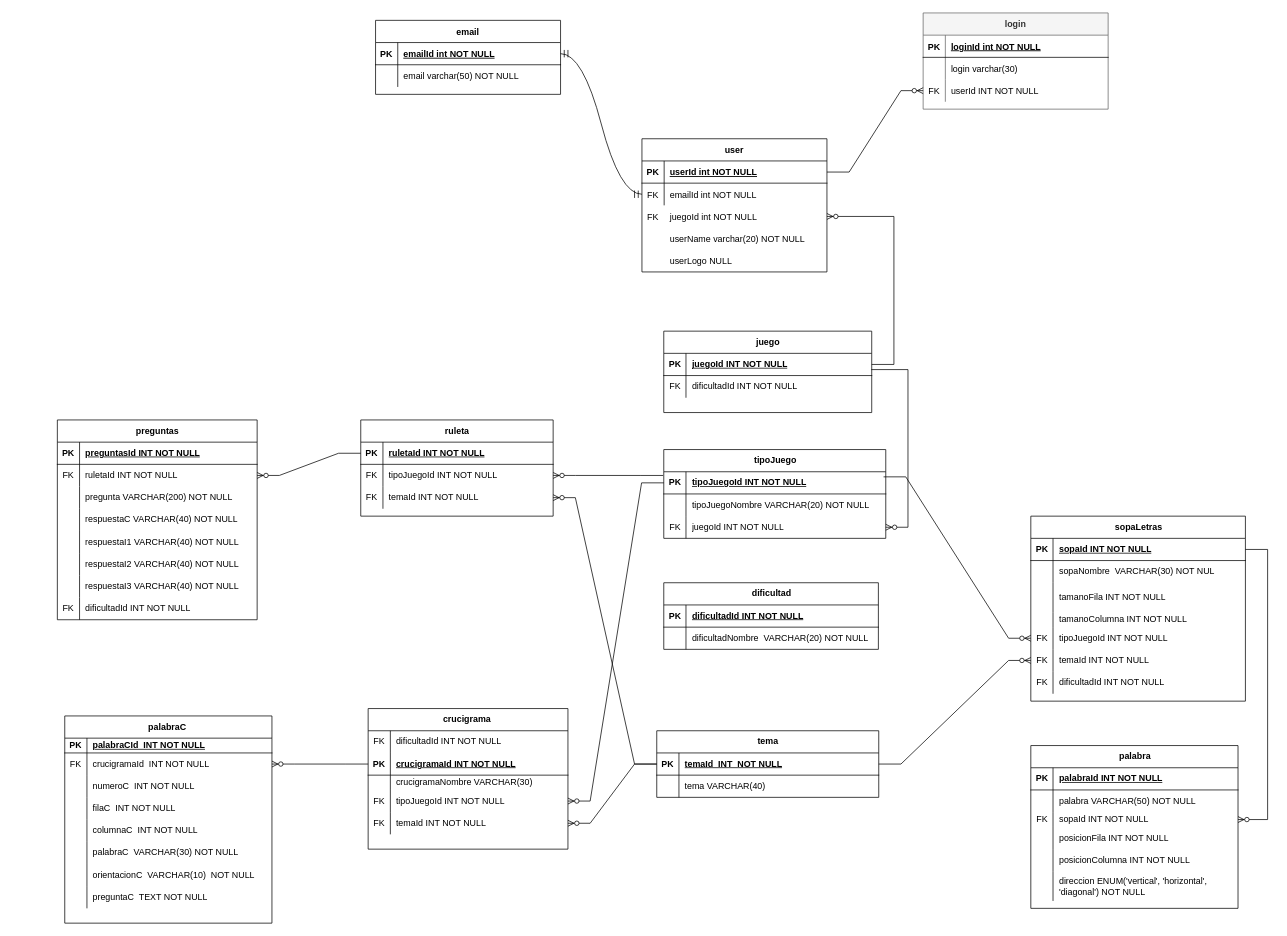
Earlier version of the draw.io diagram img/Diagrama sin título.drawio (MasacradorM/juegoConjuntos). Source tidied: cells renumbered, new cells numbered last; positions are measured from the earlier drawing's top-left corner, leaving out a move shared by most shapes. Both pictures are drawn from the tidied source at 74%, with x=0, y=0 at pixel (57, 13).
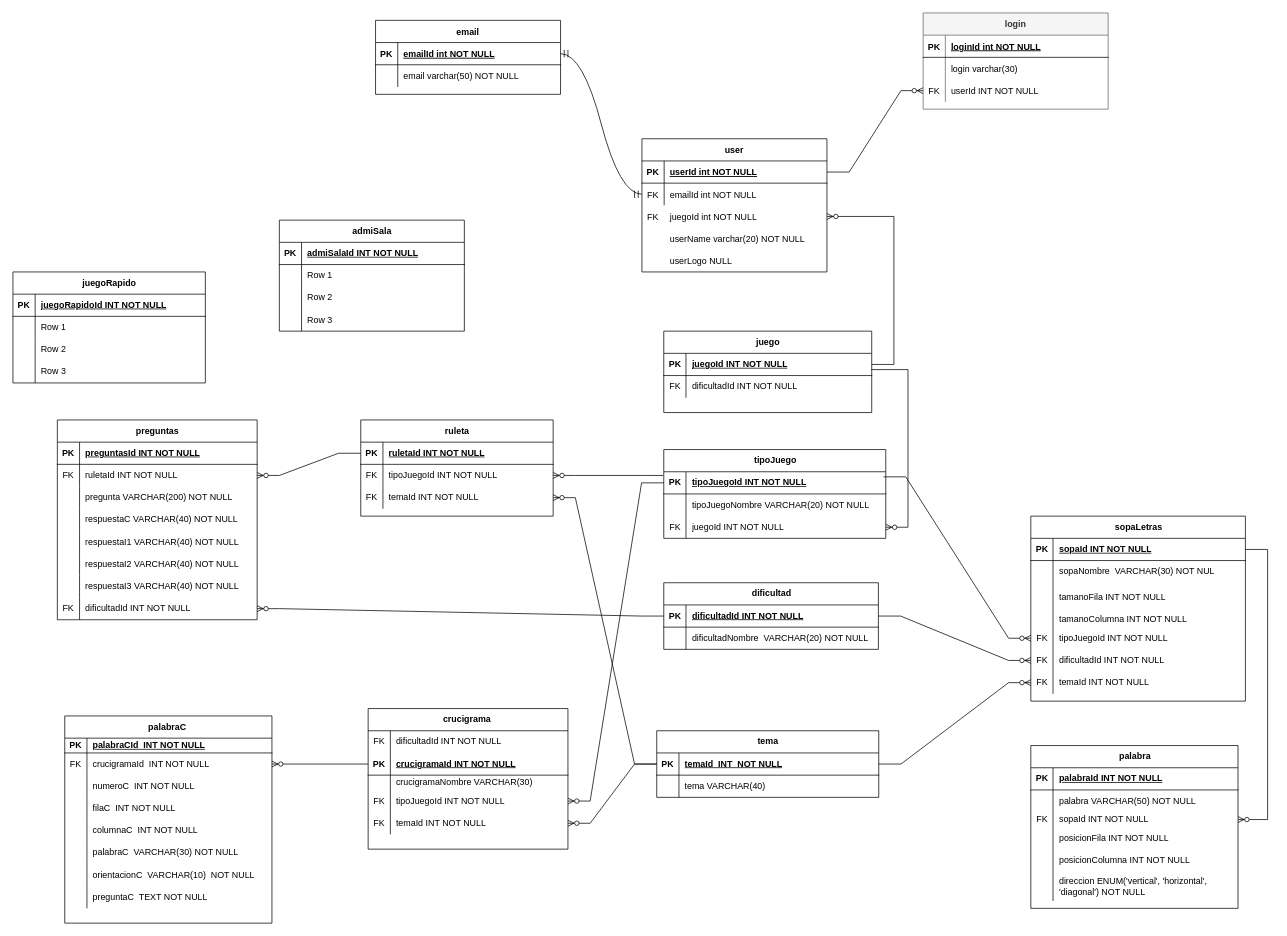
The same page after the edit.

Unchanged cells that the change refers to:
```xml
<mxCell id="65" value="sopaLetras" style="shape=table;startSize=30;childLayout=tableLayout;rowLines=0;fontStyle=1;align=center;html=1;" parent="1" vertex="1">
  <mxGeometry x="1315.5" y="680" width="290" height="250" as="geometry" />
</mxCell>
<mxCell id="179" style="shape=tableRow;horizontal=0;startSize=0;swimlaneHead=0;swimlaneBody=0;fillColor=none;points=[[0,0.5],[1,0.5]];portConstraint=eastwest;top=0;left=0;right=0;bottom=0;" parent="157" vertex="1">
  <mxGeometry y="240" width="270" height="30" as="geometry" />
</mxCell>
<mxCell id="186" style="shape=tableRow;horizontal=0;startSize=0;swimlaneHead=0;swimlaneBody=0;fillColor=none;points=[[0,0.5],[1,0.5]];portConstraint=eastwest;top=0;left=0;right=0;bottom=1;" parent="185" vertex="1">
  <mxGeometry y="30" width="290" height="30" as="geometry" />
</mxCell>
```

The edit, as a diff of the source:
```diff
@@
+    <mxCell id="84" style="shape=tableRow;horizontal=0;startSize=0;swimlaneHead=0;swimlaneBody=0;fillColor=none;points=[[0,0.5],[1,0.5]];portConstraint=eastwest;top=0;left=0;right=0;bottom=0;" parent="65" vertex="1">
+      <mxGeometry y="180" width="290" height="30" as="geometry" />
+    </mxCell>
+    <mxCell id="85" value="FK" style="shape=partialRectangle;fillColor=none;top=0;left=0;bottom=0;right=0;overflow=hidden;whiteSpace=wrap;html=1;" parent="84" vertex="1">
+      <mxGeometry width="30" height="30" as="geometry" />
+    </mxCell>
+    <mxCell id="86" value="dificultadId INT NOT NULL" style="shape=partialRectangle;fillColor=none;top=0;left=0;bottom=0;right=0;align=left;spacingLeft=6;overflow=hidden;whiteSpace=wrap;html=1;" parent="84" vertex="1">
+      <mxGeometry x="30" width="260" height="30" as="geometry" />
+    </mxCell>
     <mxCell id="81" style="shape=tableRow;horizontal=0;startSize=0;swimlaneHead=0;swimlaneBody=0;fillColor=none;points=[[0,0.5],[1,0.5]];portConstraint=eastwest;top=0;left=0;right=0;bottom=0;" parent="65" vertex="1">
-      <mxGeometry y="180" width="290" height="30" as="geometry" />
+      <mxGeometry y="210" width="290" height="30" as="geometry" />
     </mxCell>
@@
-    <mxCell id="84" style="shape=tableRow;horizontal=0;startSize=0;swimlaneHead=0;swimlaneBody=0;fillColor=none;points=[[0,0.5],[1,0.5]];portConstraint=eastwest;top=0;left=0;right=0;bottom=0;" parent="65" vertex="1">
-      <mxGeometry y="210" width="290" height="30" as="geometry" />
-    </mxCell>
-    <mxCell id="85" value="FK" style="shape=partialRectangle;fillColor=none;top=0;left=0;bottom=0;right=0;overflow=hidden;whiteSpace=wrap;html=1;" parent="84" vertex="1">
-      <mxGeometry width="30" height="30" as="geometry" />
-    </mxCell>
-    <mxCell id="86" value="dificultadId INT NOT NULL" style="shape=partialRectangle;fillColor=none;top=0;left=0;bottom=0;right=0;align=left;spacingLeft=6;overflow=hidden;whiteSpace=wrap;html=1;" parent="84" vertex="1">
-      <mxGeometry x="30" width="260" height="30" as="geometry" />
-    </mxCell>
@@
+    <mxCell id="192" style="edgeStyle=entityRelationEdgeStyle;fontSize=12;html=1;endArrow=ERzeroToMany;endFill=1;rounded=0;exitX=1;exitY=0.5;exitDx=0;exitDy=0;" parent="1" edge="1" source="186" target="84">
+      <mxGeometry relative="1" as="geometry">
+        <Array as="points">
+          <mxPoint x="1140" y="815" />
+        </Array>
+      </mxGeometry>
+    </mxCell>
+    <mxCell id="193" style="edgeStyle=entityRelationEdgeStyle;fontSize=12;html=1;endArrow=ERzeroToMany;endFill=1;rounded=0;entryX=1;entryY=0.5;entryDx=0;entryDy=0;exitX=0;exitY=0.5;exitDx=0;exitDy=0;" parent="1" edge="1" source="186" target="179">
+      <mxGeometry relative="1" as="geometry" />
+    </mxCell>
+    <mxCell id="194" value="juegoRapido" style="shape=table;startSize=30;childLayout=tableLayout;rowLines=0;fontStyle=1;align=center;html=1;" parent="1" vertex="1">
+      <mxGeometry x="-60" y="350" width="260" height="150" as="geometry" />
+    </mxCell>
+    <mxCell id="195" style="shape=tableRow;horizontal=0;startSize=0;swimlaneHead=0;swimlaneBody=0;fillColor=none;top=0;left=0;right=0;bottom=1;" parent="194" vertex="1">
+      <mxGeometry y="30" width="260" height="30" as="geometry" />
+    </mxCell>
+    <mxCell id="196" value="PK" style="shape=partialRectangle;fillColor=none;top=0;left=0;bottom=0;right=0;fontStyle=1;overflow=hidden;whiteSpace=wrap;html=1;" parent="195" vertex="1">
+      <mxGeometry width="30" height="30" as="geometry" />
+    </mxCell>
+    <mxCell id="197" value="juegoRapidoId INT NOT NULL" style="shape=partialRectangle;fillColor=none;top=0;left=0;bottom=0;right=0;align=left;spacingLeft=6;fontStyle=5;overflow=hidden;whiteSpace=wrap;html=1;" parent="195" vertex="1">
+      <mxGeometry x="30" width="230" height="30" as="geometry" />
+    </mxCell>
+    <mxCell id="198" style="shape=tableRow;horizontal=0;startSize=0;swimlaneHead=0;swimlaneBody=0;fillColor=none;top=0;left=0;right=0;bottom=0;" parent="194" vertex="1">
+      <mxGeometry y="60" width="260" height="30" as="geometry" />
+    </mxCell>
+    <mxCell id="199" style="shape=partialRectangle;fillColor=none;top=0;left=0;bottom=0;right=0;overflow=hidden;whiteSpace=wrap;html=1;" parent="198" vertex="1">
+      <mxGeometry width="30" height="30" as="geometry" />
+    </mxCell>
+    <mxCell id="200" value="Row 1" style="shape=partialRectangle;fillColor=none;top=0;left=0;bottom=0;right=0;align=left;spacingLeft=6;overflow=hidden;whiteSpace=wrap;html=1;" parent="198" vertex="1">
+      <mxGeometry x="30" width="230" height="30" as="geometry" />
+    </mxCell>
+    <mxCell id="201" style="shape=tableRow;horizontal=0;startSize=0;swimlaneHead=0;swimlaneBody=0;fillColor=none;top=0;left=0;right=0;bottom=0;" parent="194" vertex="1">
+      <mxGeometry y="90" width="260" height="30" as="geometry" />
+    </mxCell>
+    <mxCell id="202" style="shape=partialRectangle;fillColor=none;top=0;left=0;bottom=0;right=0;overflow=hidden;whiteSpace=wrap;html=1;" parent="201" vertex="1">
+      <mxGeometry width="30" height="30" as="geometry" />
+    </mxCell>
+    <mxCell id="203" value="Row 2" style="shape=partialRectangle;fillColor=none;top=0;left=0;bottom=0;right=0;align=left;spacingLeft=6;overflow=hidden;whiteSpace=wrap;html=1;" parent="201" vertex="1">
+      <mxGeometry x="30" width="230" height="30" as="geometry" />
+    </mxCell>
+    <mxCell id="204" style="shape=tableRow;horizontal=0;startSize=0;swimlaneHead=0;swimlaneBody=0;fillColor=none;top=0;left=0;right=0;bottom=0;" parent="194" vertex="1">
+      <mxGeometry y="120" width="260" height="30" as="geometry" />
+    </mxCell>
+    <mxCell id="205" style="shape=partialRectangle;fillColor=none;top=0;left=0;bottom=0;right=0;overflow=hidden;whiteSpace=wrap;html=1;" parent="204" vertex="1">
+      <mxGeometry width="30" height="30" as="geometry" />
+    </mxCell>
+    <mxCell id="206" value="Row 3" style="shape=partialRectangle;fillColor=none;top=0;left=0;bottom=0;right=0;align=left;spacingLeft=6;overflow=hidden;whiteSpace=wrap;html=1;" parent="204" vertex="1">
+      <mxGeometry x="30" width="230" height="30" as="geometry" />
+    </mxCell>
+    <mxCell id="207" value="admiSala" style="shape=table;startSize=30;childLayout=tableLayout;rowLines=0;fontStyle=1;align=center;html=1;" parent="1" vertex="1">
+      <mxGeometry x="300" y="280" width="250" height="150" as="geometry" />
+    </mxCell>
+    <mxCell id="208" style="shape=tableRow;horizontal=0;startSize=0;swimlaneHead=0;swimlaneBody=0;fillColor=none;top=0;left=0;right=0;bottom=1;" parent="207" vertex="1">
+      <mxGeometry y="30" width="250" height="30" as="geometry" />
+    </mxCell>
+    <mxCell id="209" value="PK" style="shape=partialRectangle;fillColor=none;top=0;left=0;bottom=0;right=0;fontStyle=1;overflow=hidden;whiteSpace=wrap;html=1;" parent="208" vertex="1">
+      <mxGeometry width="30" height="30" as="geometry" />
+    </mxCell>
+    <mxCell id="210" value="admiSalaId INT NOT NULL" style="shape=partialRectangle;fillColor=none;top=0;left=0;bottom=0;right=0;align=left;spacingLeft=6;fontStyle=5;overflow=hidden;whiteSpace=wrap;html=1;" parent="208" vertex="1">
+      <mxGeometry x="30" width="220" height="30" as="geometry" />
+    </mxCell>
+    <mxCell id="211" style="shape=tableRow;horizontal=0;startSize=0;swimlaneHead=0;swimlaneBody=0;fillColor=none;top=0;left=0;right=0;bottom=0;" parent="207" vertex="1">
+      <mxGeometry y="60" width="250" height="30" as="geometry" />
+    </mxCell>
+    <mxCell id="212" style="shape=partialRectangle;fillColor=none;top=0;left=0;bottom=0;right=0;overflow=hidden;whiteSpace=wrap;html=1;" parent="211" vertex="1">
+      <mxGeometry width="30" height="30" as="geometry" />
+    </mxCell>
+    <mxCell id="213" value="Row 1" style="shape=partialRectangle;fillColor=none;top=0;left=0;bottom=0;right=0;align=left;spacingLeft=6;overflow=hidden;whiteSpace=wrap;html=1;" parent="211" vertex="1">
+      <mxGeometry x="30" width="220" height="30" as="geometry" />
+    </mxCell>
+    <mxCell id="214" style="shape=tableRow;horizontal=0;startSize=0;swimlaneHead=0;swimlaneBody=0;fillColor=none;top=0;left=0;right=0;bottom=0;" parent="207" vertex="1">
+      <mxGeometry y="90" width="250" height="30" as="geometry" />
+    </mxCell>
+    <mxCell id="215" style="shape=partialRectangle;fillColor=none;top=0;left=0;bottom=0;right=0;overflow=hidden;whiteSpace=wrap;html=1;" parent="214" vertex="1">
+      <mxGeometry width="30" height="30" as="geometry" />
+    </mxCell>
+    <mxCell id="216" value="Row 2" style="shape=partialRectangle;fillColor=none;top=0;left=0;bottom=0;right=0;align=left;spacingLeft=6;overflow=hidden;whiteSpace=wrap;html=1;" parent="214" vertex="1">
+      <mxGeometry x="30" width="220" height="30" as="geometry" />
+    </mxCell>
+    <mxCell id="217" style="shape=tableRow;horizontal=0;startSize=0;swimlaneHead=0;swimlaneBody=0;fillColor=none;top=0;left=0;right=0;bottom=0;" parent="207" vertex="1">
+      <mxGeometry y="120" width="250" height="30" as="geometry" />
+    </mxCell>
+    <mxCell id="218" style="shape=partialRectangle;fillColor=none;top=0;left=0;bottom=0;right=0;overflow=hidden;whiteSpace=wrap;html=1;" parent="217" vertex="1">
+      <mxGeometry width="30" height="30" as="geometry" />
+    </mxCell>
+    <mxCell id="219" value="Row 3" style="shape=partialRectangle;fillColor=none;top=0;left=0;bottom=0;right=0;align=left;spacingLeft=6;overflow=hidden;whiteSpace=wrap;html=1;" parent="217" vertex="1">
+      <mxGeometry x="30" width="220" height="30" as="geometry" />
+    </mxCell>
```
